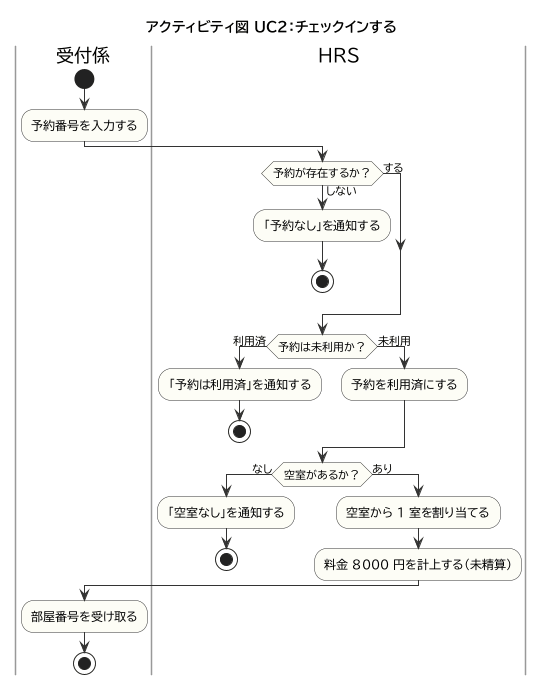
Above: diagrams/02-3_UC2チェックインの動作.png in Igakg/software-engineering-hotel-v2 (PlantUML), before the change. The source it was exported from:
```plantuml
@startuml
!pragma layout smetana
!include _style.iuml
title アクティビティ図 UC2：チェックインする
|受付係|
start
:予約番号を入力する;
|HRS|
if (予約が存在するか？) then (しない)
  :「予約なし」を通知する;
  stop
else (する)
endif
if (予約は未利用か？) then (利用済)
  :「予約は利用済」を通知する;
  stop
else (未利用)
  :予約を利用済にする;
endif
if (空室があるか？) then (なし)
  :「空室なし」を通知する;
  stop
else (あり)
  :空室から 1 室を割り当てる;
  :料金 8000 円を計上する（未精算）;
endif
|受付係|
:部屋番号を受け取る;
stop
@enduml
```
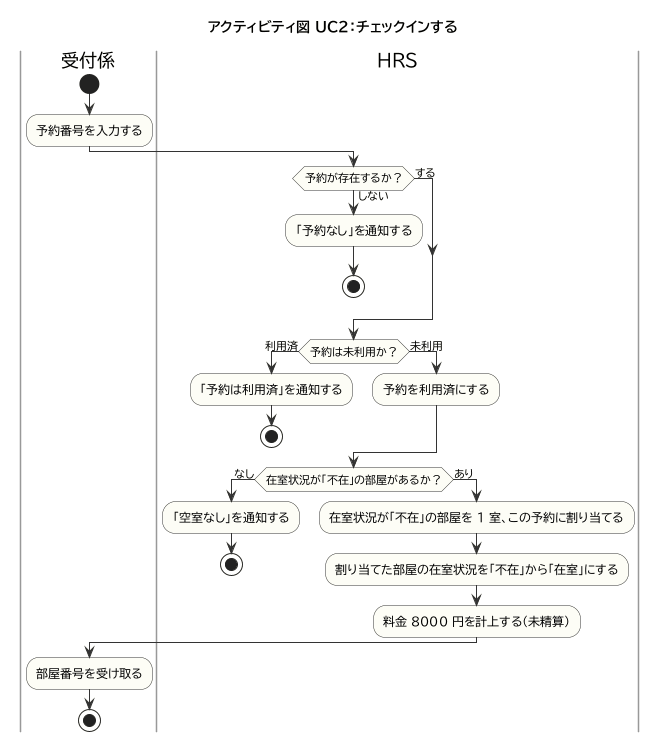
After the commit.

What changed in the source:
```diff
@@ -17,11 +17,12 @@
 else (未利用)
   :予約を利用済にする;
 endif
-if (空室があるか？) then (なし)
+if (在室状況が「不在」の部屋があるか？) then (なし)
   :「空室なし」を通知する;
   stop
 else (あり)
-  :空室から 1 室を割り当てる;
+  :在室状況が「不在」の部屋を 1 室、この予約に割り当てる;
+  :割り当てた部屋の在室状況を「不在」から「在室」にする;
   :料金 8000 円を計上する（未精算）;
 endif
 |受付係|
```
